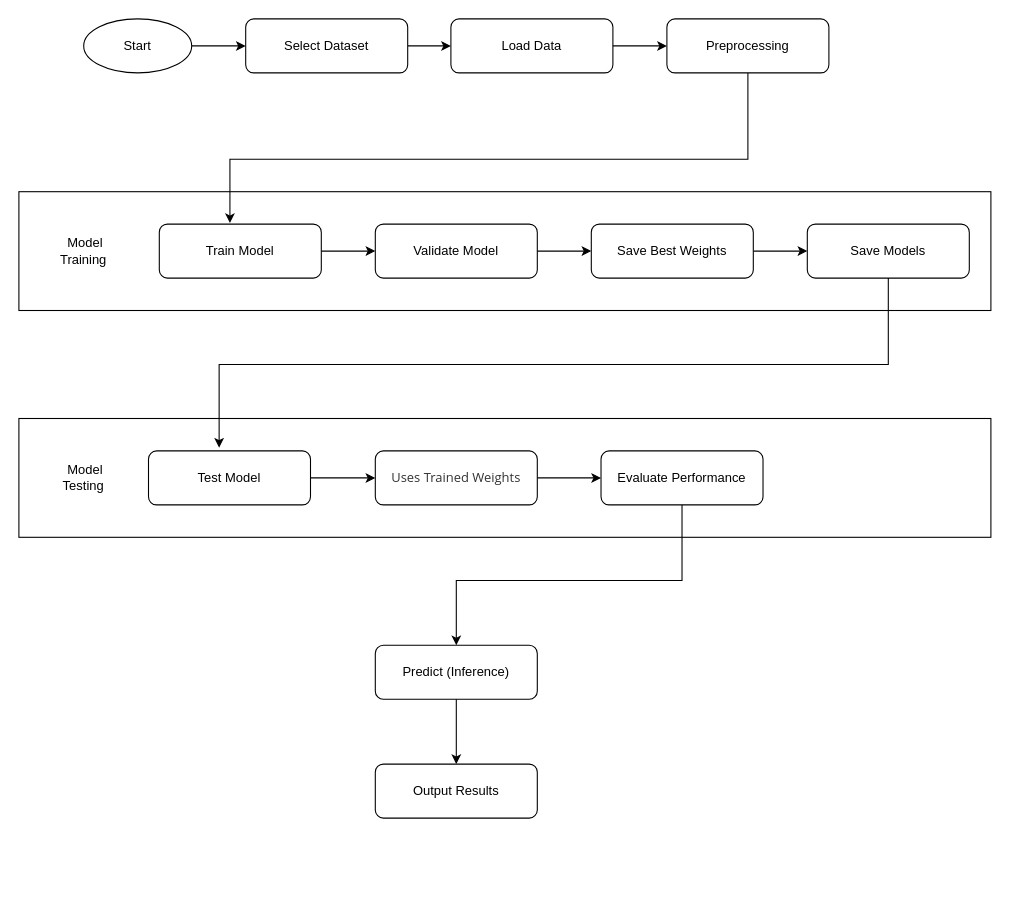
Above: flow diagram.drawio in zft666zft/final-project (draw.io), before the change. Source tidied: cells renumbered, new cells numbered last; positions are measured from the earlier drawing's top-left corner, leaving out a move shared by most shapes. Both pictures are drawn from the tidied source at 108%, with x=0, y=0 at pixel (18, 18).
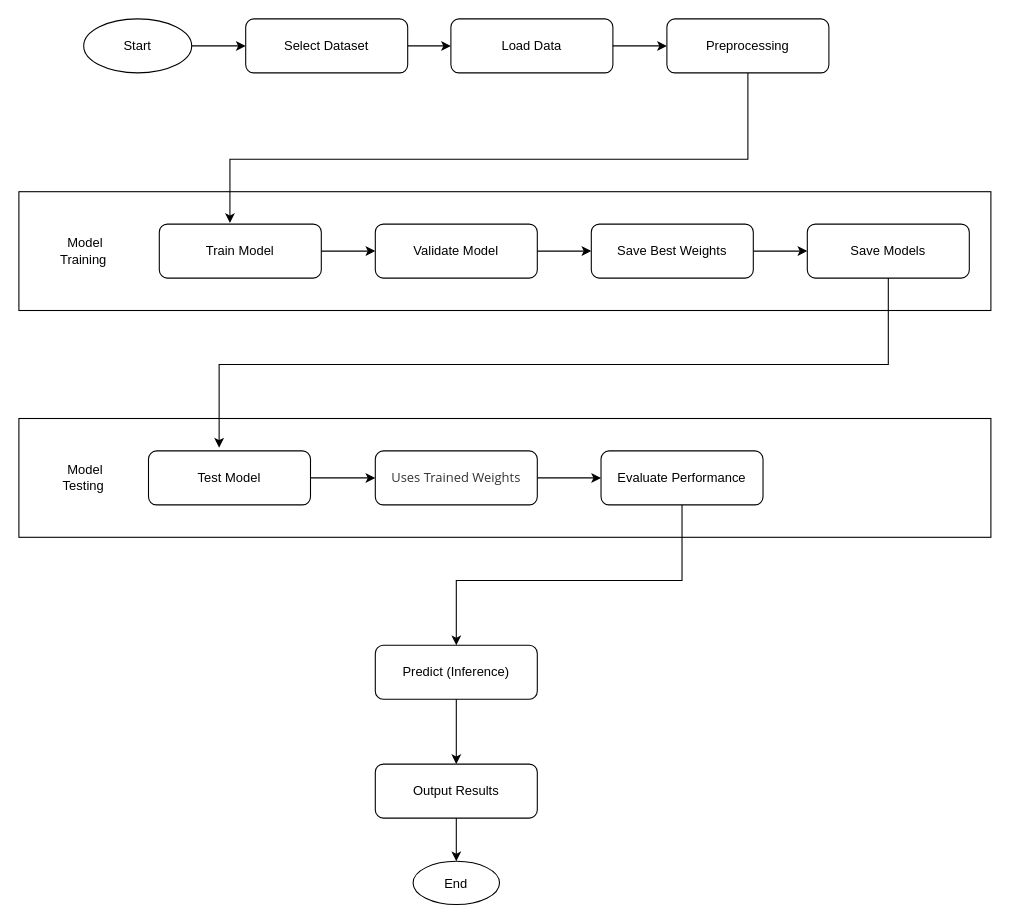
After the change.

Unchanged cells that the change refers to:
```xml
<mxCell id="16" value="Output Results" style="rounded=1;whiteSpace=wrap;html=1;" parent="1" vertex="1">
  <mxGeometry x="330" y="690" width="150" height="50" as="geometry" />
</mxCell>
```

What changed in the source:
```diff
@@
+    <mxCell id="31" style="edgeStyle=orthogonalEdgeStyle;rounded=0;jettySize=auto;html=1;" parent="1" edge="1" source="16" target="32">
+      <mxGeometry relative="1" as="geometry" />
+    </mxCell>
@@
+    <mxCell id="32" value="End" style="shape=ellipse;" parent="1" vertex="1">
+      <mxGeometry x="365" y="780" width="80" height="40" as="geometry" />
+    </mxCell>
```
